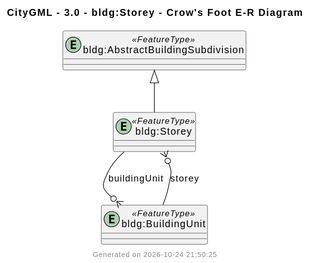
Above: docs/output/CityGML/3.0/UMLClassDiagram/crowsfoot/building-storey.svg in muratkendir/every-class (PlantUML), before the change. Source of this version:
```plantuml
@startuml

entity "bldg:Storey" as bldg_Storey <<FeatureType>>
entity "bldg:AbstractBuildingSubdivision" as bldg_AbstractBuildingSubdivision <<FeatureType>>
entity "bldg:BuildingUnit" as bldg_BuildingUnit <<FeatureType>>

"bldg_AbstractBuildingSubdivision" <|-- "bldg_Storey"
"bldg_BuildingUnit" --o{ "bldg_Storey" : storey
"bldg_Storey" --o{ "bldg_BuildingUnit" : buildingUnit

title
  CityGML - 3.0 - bldg:Storey - Crow's Foot E-R Diagram
end title

footer Generated on 2026-10-24 21:50:25
@enduml
```
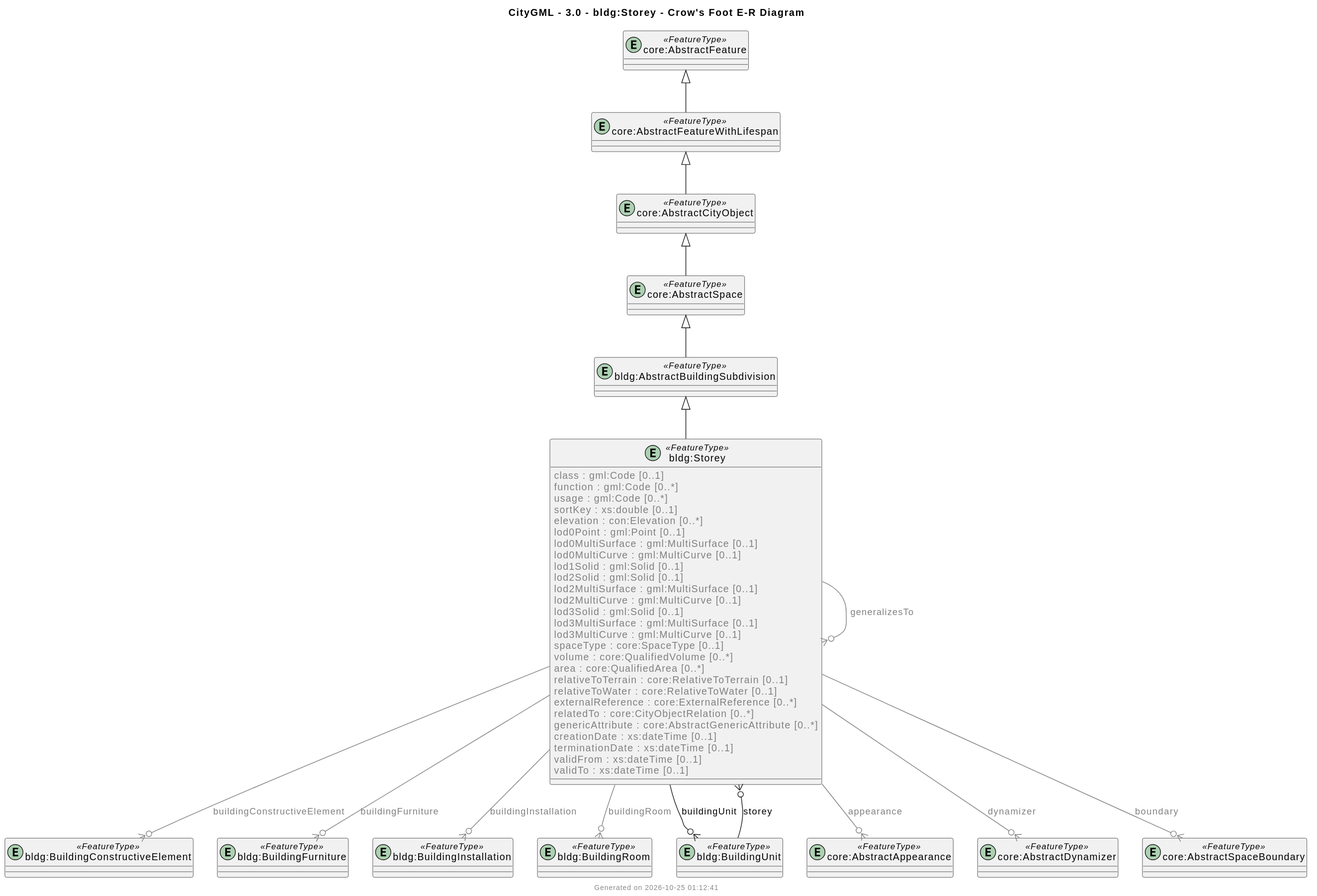
Later version of the same file.

Commit message:
step11: flatten inherited members in gray, FeatureType/DataType rule

What changed in the source:
```diff
@@ -1,16 +1,67 @@
 @startuml
 
-entity "bldg:Storey" as bldg_Storey <<FeatureType>>
+entity "bldg:Storey" as bldg_Storey <<FeatureType>> {
+  <color:gray>class : gml:Code [0..1]</color>
+  <color:gray>function : gml:Code [0..*]</color>
+  <color:gray>usage : gml:Code [0..*]</color>
+  <color:gray>sortKey : xs:double [0..1]</color>
+  <color:gray>elevation : con:Elevation [0..*]</color>
+  <color:gray>lod0Point : gml:Point [0..1]</color>
+  <color:gray>lod0MultiSurface : gml:MultiSurface [0..1]</color>
+  <color:gray>lod0MultiCurve : gml:MultiCurve [0..1]</color>
+  <color:gray>lod1Solid : gml:Solid [0..1]</color>
+  <color:gray>lod2Solid : gml:Solid [0..1]</color>
+  <color:gray>lod2MultiSurface : gml:MultiSurface [0..1]</color>
+  <color:gray>lod2MultiCurve : gml:MultiCurve [0..1]</color>
+  <color:gray>lod3Solid : gml:Solid [0..1]</color>
+  <color:gray>lod3MultiSurface : gml:MultiSurface [0..1]</color>
+  <color:gray>lod3MultiCurve : gml:MultiCurve [0..1]</color>
+  <color:gray>spaceType : core:SpaceType [0..1]</color>
+  <color:gray>volume : core:QualifiedVolume [0..*]</color>
+  <color:gray>area : core:QualifiedArea [0..*]</color>
+  <color:gray>relativeToTerrain : core:RelativeToTerrain [0..1]</color>
+  <color:gray>relativeToWater : core:RelativeToWater [0..1]</color>
+  <color:gray>externalReference : core:ExternalReference [0..*]</color>
+  <color:gray>relatedTo : core:CityObjectRelation [0..*]</color>
+  <color:gray>genericAttribute : core:AbstractGenericAttribute [0..*]</color>
+  <color:gray>creationDate : xs:dateTime [0..1]</color>
+  <color:gray>terminationDate : xs:dateTime [0..1]</color>
+  <color:gray>validFrom : xs:dateTime [0..1]</color>
+  <color:gray>validTo : xs:dateTime [0..1]</color>
+}
 entity "bldg:AbstractBuildingSubdivision" as bldg_AbstractBuildingSubdivision <<FeatureType>>
+entity "bldg:BuildingConstructiveElement" as bldg_BuildingConstructiveElement <<FeatureType>>
+entity "bldg:BuildingFurniture" as bldg_BuildingFurniture <<FeatureType>>
+entity "bldg:BuildingInstallation" as bldg_BuildingInstallation <<FeatureType>>
+entity "bldg:BuildingRoom" as bldg_BuildingRoom <<FeatureType>>
 entity "bldg:BuildingUnit" as bldg_BuildingUnit <<FeatureType>>
+entity "core:AbstractAppearance" as core_AbstractAppearance <<FeatureType>>
+entity "core:AbstractCityObject" as core_AbstractCityObject <<FeatureType>>
+entity "core:AbstractDynamizer" as core_AbstractDynamizer <<FeatureType>>
+entity "core:AbstractFeature" as core_AbstractFeature <<FeatureType>>
+entity "core:AbstractFeatureWithLifespan" as core_AbstractFeatureWithLifespan <<FeatureType>>
+entity "core:AbstractSpace" as core_AbstractSpace <<FeatureType>>
+entity "core:AbstractSpaceBoundary" as core_AbstractSpaceBoundary <<FeatureType>>
 
 "bldg_AbstractBuildingSubdivision" <|-- "bldg_Storey"
+"core_AbstractSpace" <|-- "bldg_AbstractBuildingSubdivision"
+"core_AbstractCityObject" <|-- "core_AbstractSpace"
+"core_AbstractFeatureWithLifespan" <|-- "core_AbstractCityObject"
+"core_AbstractFeature" <|-- "core_AbstractFeatureWithLifespan"
 "bldg_BuildingUnit" --o{ "bldg_Storey" : storey
 "bldg_Storey" --o{ "bldg_BuildingUnit" : buildingUnit
+"bldg_Storey" -[#gray]-o{ "bldg_BuildingConstructiveElement" : <color:gray>buildingConstructiveElement</color>
+"bldg_Storey" -[#gray]-o{ "bldg_BuildingFurniture" : <color:gray>buildingFurniture</color>
+"bldg_Storey" -[#gray]-o{ "bldg_BuildingInstallation" : <color:gray>buildingInstallation</color>
+"bldg_Storey" -[#gray]-o{ "bldg_BuildingRoom" : <color:gray>buildingRoom</color>
+"bldg_Storey" -[#gray]-o{ "core_AbstractSpaceBoundary" : <color:gray>boundary</color>
+"bldg_Storey" -[#gray]-o{ "bldg_Storey" : <color:gray>generalizesTo</color>
+"bldg_Storey" -[#gray]-o{ "core_AbstractAppearance" : <color:gray>appearance</color>
+"bldg_Storey" -[#gray]-o{ "core_AbstractDynamizer" : <color:gray>dynamizer</color>
 
 title
   CityGML - 3.0 - bldg:Storey - Crow's Foot E-R Diagram
 end title
 
-footer Generated on 2026-10-24 21:50:25
+footer Generated on 2026-10-25 01:12:41
 @enduml
```
